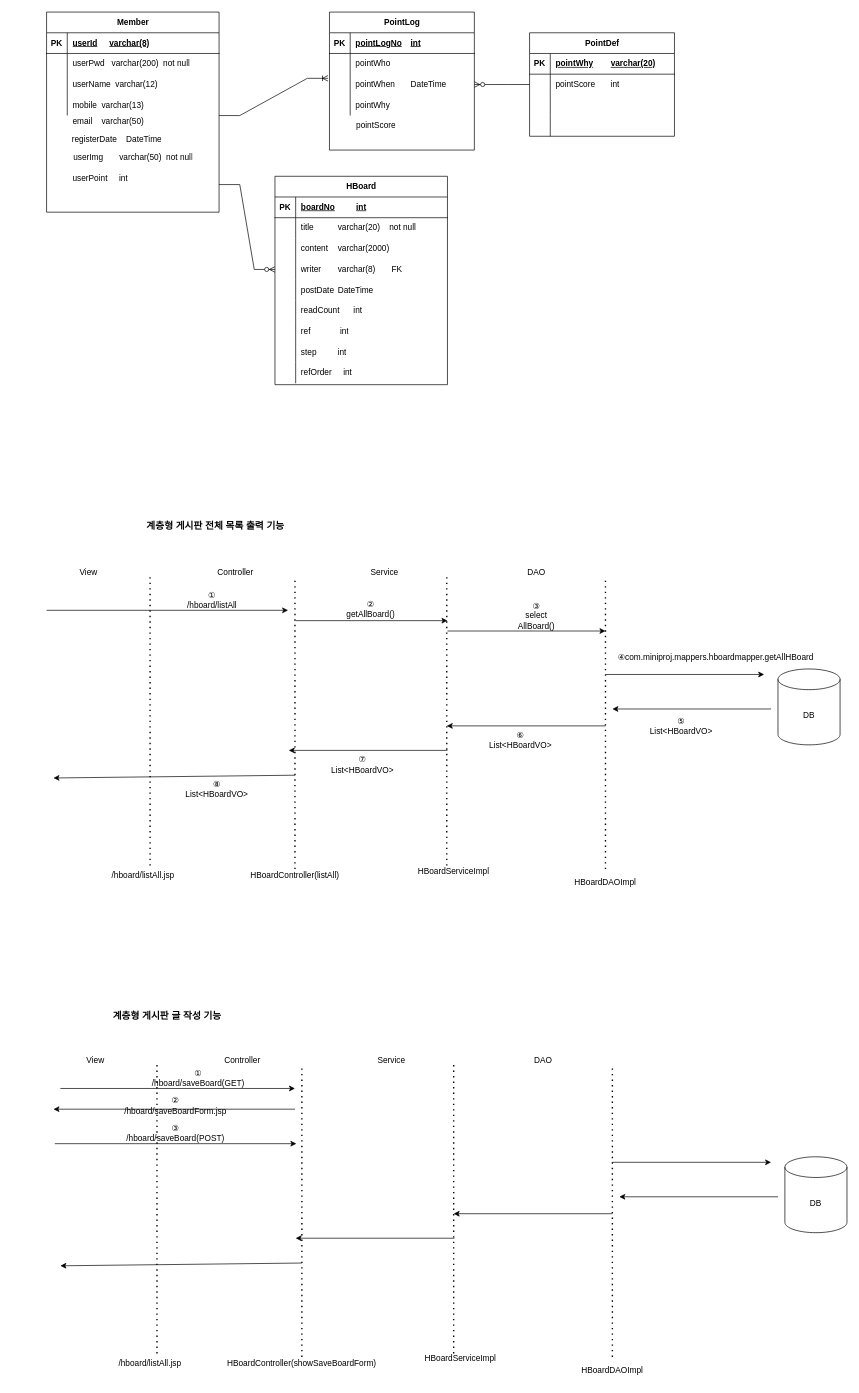
Earlier version of the draw.io diagram src/main/webapp/resources/sql/miniproj.drawio (pgyseven/MiniProject2). Source tidied: cells renumbered, new cells numbered last; positions are measured from the earlier drawing's top-left corner, leaving out a move shared by most shapes. Both pictures are drawn from the tidied source at 69%, with x=0, y=0 at pixel (12, 12).
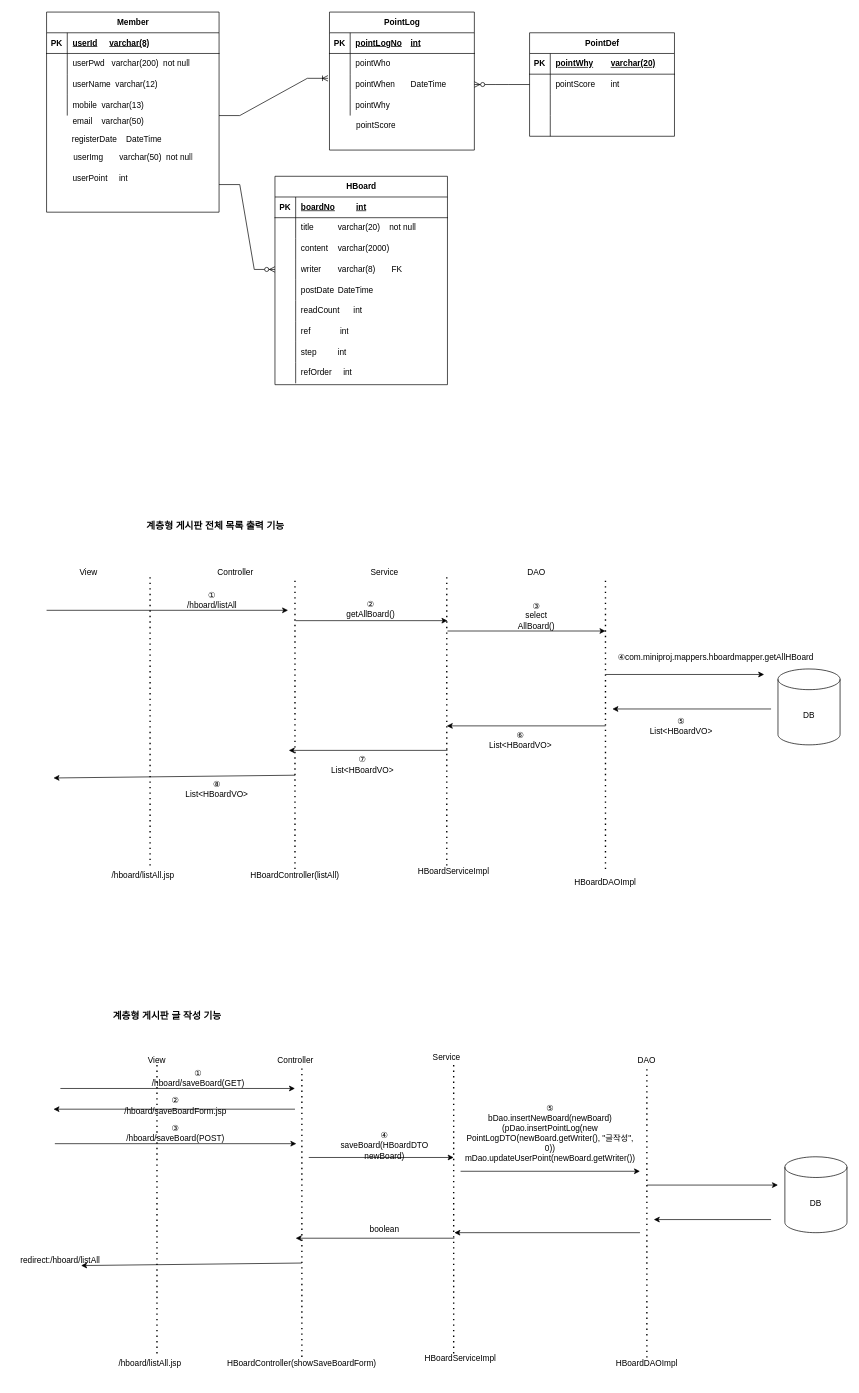
The same diagram, later.

Change to the diagram source:
```diff
@@
     <mxCell id="116" style="endArrow=none;dashed=1;html=1;dashPattern=1 3;strokeWidth=2;rounded=0;" parent="1" edge="1">
       <mxGeometry relative="1" as="geometry">
-        <mxPoint x="870" y="1949" as="sourcePoint" />
-        <mxPoint x="870" y="1529" as="targetPoint" />
+        <mxPoint x="920" y="1950" as="sourcePoint" />
+        <mxPoint x="920" y="1530" as="targetPoint" />
       </mxGeometry>
     </mxCell>
@@
     <mxCell id="118" value="View" style="text;html=1;align=center;verticalAlign=middle;whiteSpace=wrap;rounded=0;" parent="1" vertex="1">
-      <mxGeometry x="91" y="1504" width="60" height="30" as="geometry" />
+      <mxGeometry x="180" y="1504" width="60" height="30" as="geometry" />
     </mxCell>
     <mxCell id="119" value="Controller" style="text;html=1;align=center;verticalAlign=middle;whiteSpace=wrap;rounded=0;" parent="1" vertex="1">
-      <mxGeometry x="304" y="1504" width="60" height="30" as="geometry" />
+      <mxGeometry x="381" y="1504" width="60" height="30" as="geometry" />
     </mxCell>
     <mxCell id="120" value="Service" style="text;html=1;align=center;verticalAlign=middle;whiteSpace=wrap;rounded=0;" parent="1" vertex="1">
-      <mxGeometry x="520" y="1504" width="60" height="30" as="geometry" />
+      <mxGeometry x="600" y="1500" width="60" height="30" as="geometry" />
     </mxCell>
     <mxCell id="121" value="DAO" style="text;html=1;align=center;verticalAlign=middle;whiteSpace=wrap;rounded=0;" parent="1" vertex="1">
-      <mxGeometry x="740" y="1504" width="60" height="30" as="geometry" />
+      <mxGeometry x="890" y="1504" width="60" height="30" as="geometry" />
     </mxCell>
@@
     <mxCell id="124" value="HBoardDAOImpl" style="text;html=1;align=center;verticalAlign=middle;whiteSpace=wrap;rounded=0;" parent="1" vertex="1">
-      <mxGeometry x="840" y="1954" width="60" height="30" as="geometry" />
+      <mxGeometry x="890" y="1944" width="60" height="30" as="geometry" />
     </mxCell>
     <mxCell id="125" style="endArrow=classic;html=1;rounded=0;" parent="1" edge="1">
       <mxGeometry relative="1" as="geometry">
-        <mxPoint x="870" y="1667" as="sourcePoint" />
-        <mxPoint x="1100" y="1667" as="targetPoint" />
+        <mxPoint x="920" y="1700" as="sourcePoint" />
+        <mxPoint x="1110" y="1700" as="targetPoint" />
       </mxGeometry>
     </mxCell>
-    <mxCell id="126" style="endArrow=classic;html=1;rounded=0;" parent="1" edge="1">
-      <mxGeometry relative="1" as="geometry">
-        <mxPoint x="1110" y="1717" as="sourcePoint" />
-        <mxPoint x="880" y="1717" as="targetPoint" />
-      </mxGeometry>
-    </mxCell>
     <mxCell id="127" style="endArrow=classic;html=1;rounded=0;" parent="1" edge="1">
       <mxGeometry relative="1" as="geometry">
-        <mxPoint x="870" y="1741.5" as="sourcePoint" />
-        <mxPoint x="640" y="1741.5" as="targetPoint" />
+        <mxPoint x="910" y="1769" as="sourcePoint" />
+        <mxPoint x="641" y="1769" as="targetPoint" />
       </mxGeometry>
     </mxCell>
@@
-    <mxCell id="129" style="endArrow=classic;html=1;rounded=0;" parent="1" edge="1">
+    <mxCell id="129" style="endArrow=classic;html=1;rounded=0;" parent="1" edge="1" target="144">
       <mxGeometry relative="1" as="geometry">
         <mxPoint x="420" y="1813" as="sourcePoint" />
-        <mxPoint x="70" y="1817" as="targetPoint" />
       </mxGeometry>
     </mxCell>
@@
+    <mxCell id="138" style="endArrow=classic;html=1;rounded=0;" parent="1" edge="1">
+      <mxGeometry relative="1" as="geometry">
+        <mxPoint x="430" y="1660" as="sourcePoint" />
+        <mxPoint x="640" y="1660" as="targetPoint" />
+      </mxGeometry>
+    </mxCell>
+    <mxCell id="139" value="④ saveBoard(HBoardDTO newBoard)" style="text;html=1;align=center;verticalAlign=middle;whiteSpace=wrap;rounded=0;" parent="1" vertex="1">
+      <mxGeometry x="510" y="1628" width="60" height="30" as="geometry" />
+    </mxCell>
+    <mxCell id="140" style="endArrow=classic;html=1;rounded=0;" parent="1" edge="1">
+      <mxGeometry relative="1" as="geometry">
+        <mxPoint x="650" y="1680" as="sourcePoint" />
+        <mxPoint x="910" y="1680" as="targetPoint" />
+      </mxGeometry>
+    </mxCell>
+    <mxCell id="141" style="endArrow=classic;html=1;rounded=0;" parent="1" edge="1">
+      <mxGeometry relative="1" as="geometry">
+        <mxPoint x="1100" y="1750" as="sourcePoint" />
+        <mxPoint x="930" y="1750" as="targetPoint" />
+      </mxGeometry>
+    </mxCell>
+    <mxCell id="142" value="⑤&lt;div&gt;bDao.insertNewBoard(newBoard)&lt;br&gt;&lt;/div&gt;&lt;div&gt;(pDao.insertPointLog(new PointLogDTO(newBoard.getWriter(), &quot;글작성&quot;, 0))&lt;br&gt;&lt;/div&gt;&lt;div&gt;mDao.updateUserPoint(newBoard.getWriter())&lt;br&gt;&lt;/div&gt;" style="text;html=1;align=center;verticalAlign=middle;whiteSpace=wrap;rounded=0;" parent="1" vertex="1">
+      <mxGeometry x="750" y="1610" width="60" height="30" as="geometry" />
+    </mxCell>
+    <mxCell id="143" value="boolean" style="text;html=1;align=center;verticalAlign=middle;whiteSpace=wrap;rounded=0;" parent="1" vertex="1">
+      <mxGeometry x="510" y="1750" width="60" height="30" as="geometry" />
+    </mxCell>
+    <mxCell id="144" value="redirect&lt;span style=&quot;background-color: initial;&quot;&gt;:/hboard/listAll&lt;/span&gt;&lt;div&gt;&lt;div&gt;&lt;br&gt;&lt;/div&gt;&lt;/div&gt;" style="text;html=1;align=center;verticalAlign=middle;whiteSpace=wrap;rounded=0;" parent="1" vertex="1">
+      <mxGeometry x="40" y="1802" width="60" height="30" as="geometry" />
+    </mxCell>
```
